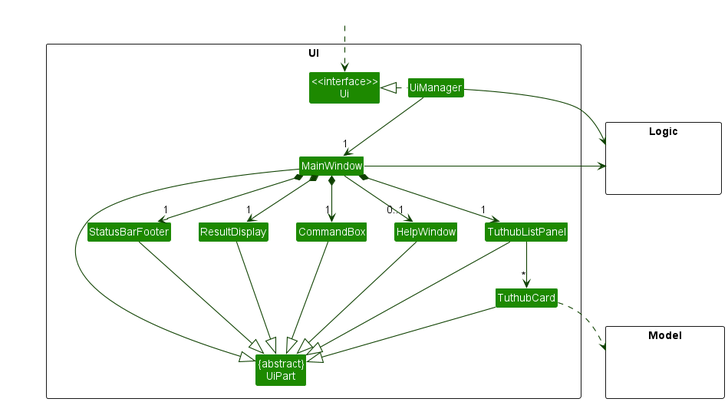
Earlier version of the PlantUML export docs/images/UiClassDiagram.png (nus-cs2103-AY2223S1/tp). Its source is kept beside it as docs/diagrams/UiClassDiagram.puml.
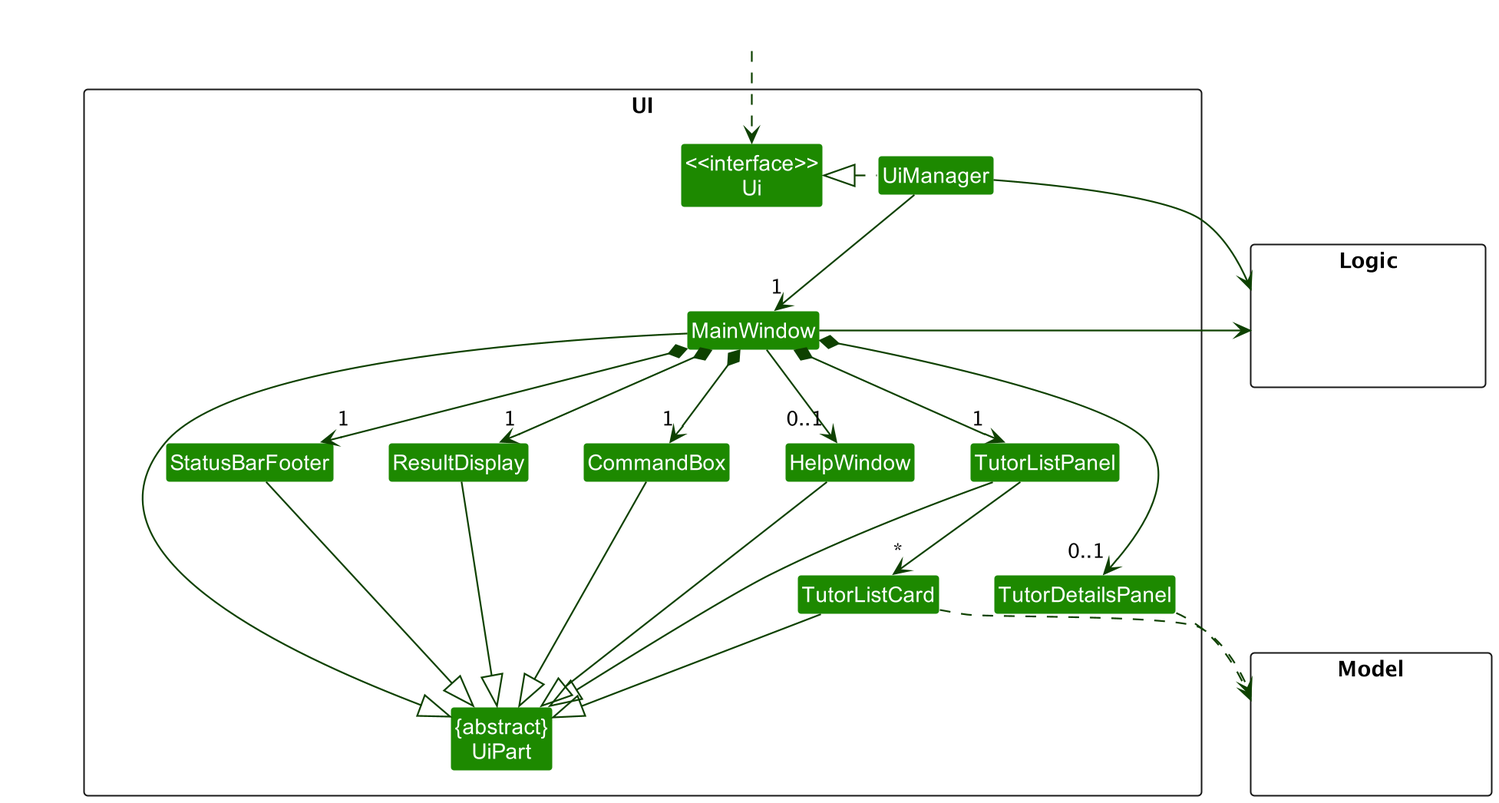
Above is the later version.

What changed in the source:
```diff
@@ -36,6 +36,7 @@
 MainWindow *-down-> "1" TutorListPanel
 MainWindow *-down-> "1" StatusBarFooter
 MainWindow --> "0..1" HelpWindow
+MainWindow *-down-> "0..1" TutorDetailsPanel
 
 TutorListPanel -down-> "*" TutorListCard
 
@@ -58,5 +59,7 @@
 CommandBox -[hidden]left- ResultDisplay
 ResultDisplay -[hidden]left- StatusBarFooter
 
+TutorDetailsPanel -[hidden]left- TutorListCard
+
 MainWindow -[hidden]-|> UiPart
 @enduml
```
